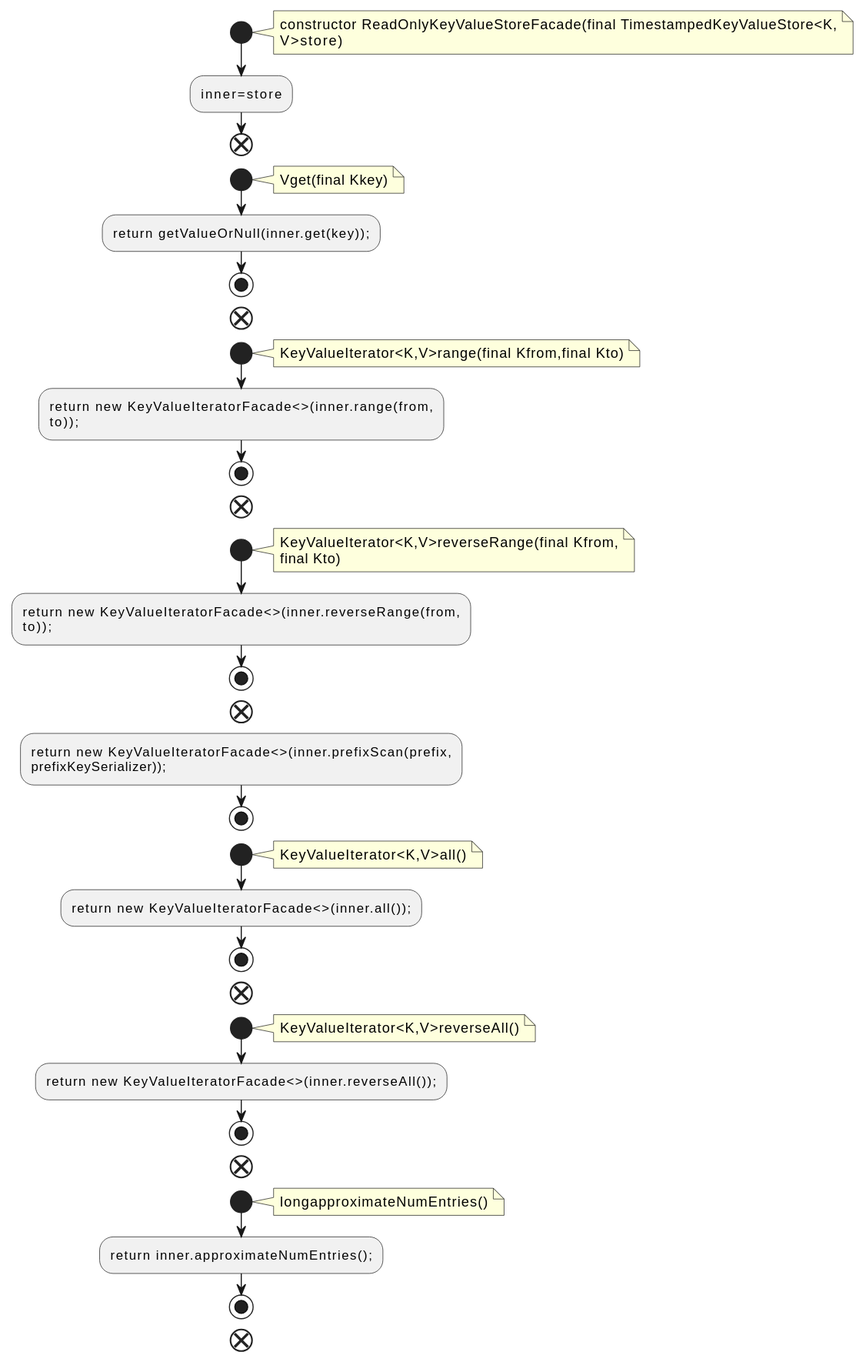
qualitesys/kafka keeps this PlantUML diagram as docs/qc/streams/src/main/java/org/apache/kafka/streams/state/internals/ReadOnlyKeyValueStoreFacade.java.fct.svg. Above is the earlier version.
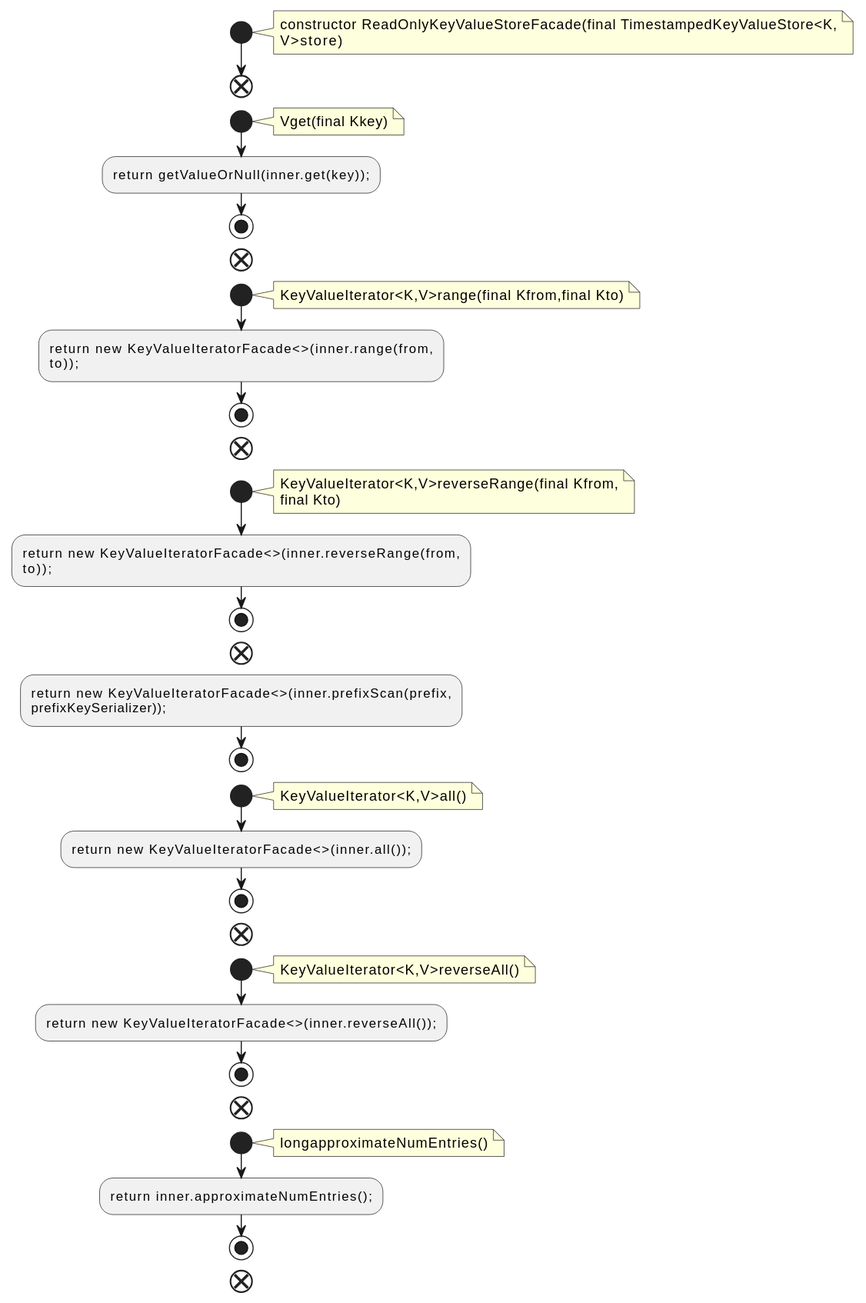
Later version of the same file.

What changed in the source:
```diff
@@ -5,7 +5,6 @@
 constructor ReadOnlyKeyValueStoreFacade(final TimestampedKeyValueStore<K,
 V>store)
 end note
-:inner=store;
 end
 start
 note right
```
